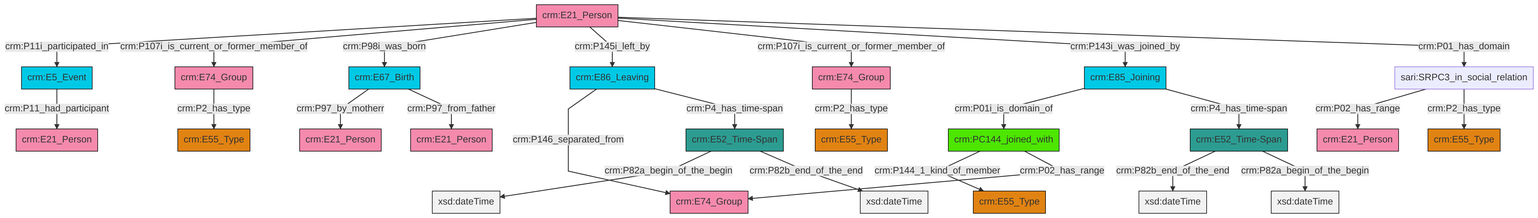
The Mermaid diagram et/personCSV/ttl/mmd/png/Person_Actor_Relations.png in swiss-art-research-net/docs.swissartresearch, before a commit. Its source is kept beside it as et/personCSV/ttl/mmd/Person_Actor_Relations.ttl.mmd.
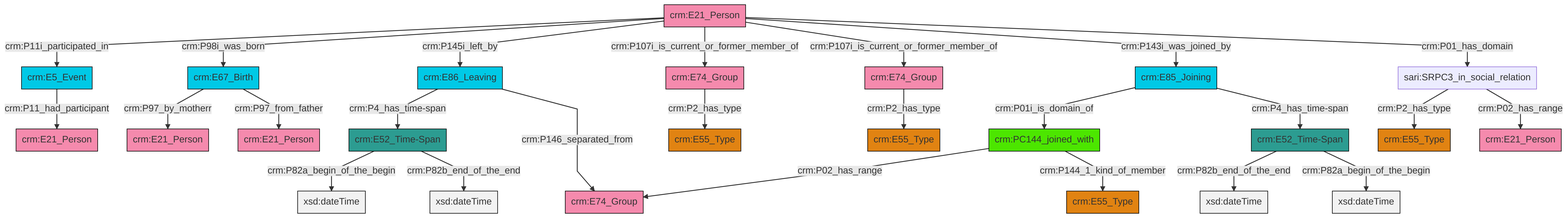
Above is the later version.

Change to the diagram source:
```diff
@@ -13,27 +13,27 @@
 classDef PC_Classes fill:#4ce600, stroke:#000000;
 classDef Multi fill:#cccccc,stroke:#000000;
 
-2["crm:PC144_joined_with"]:::PC_Classes -->|crm:P144_1_kind_of_member| 3["crm:E55_Type"]:::Type
-4["crm:E86_Leaving"]:::Temporal_Entity -->|crm:P146_separated_from| 5["crm:E74_Group"]:::Actor
-10["sari:SRPC3_in_social_relation"]:::Default -->|crm:P02_has_range| 11["crm:E21_Person"]:::Actor
-12["crm:E52_Time-Span"]:::Time-Span -->|crm:P82a_begin_of_the_begin| 13[xsd:dateTime]:::Literal
-17["crm:E67_Birth"]:::Temporal_Entity -->|crm:P97_by_motherr| 8["crm:E21_Person"]:::Actor
-6["crm:E5_Event"]:::Temporal_Entity -->|crm:P11_had_participant| 23["crm:E21_Person"]:::Actor
-21["crm:E21_Person"]:::Actor -->|crm:P11i_participated_in| 6["crm:E5_Event"]:::Temporal_Entity
-2["crm:PC144_joined_with"]:::PC_Classes -->|crm:P02_has_range| 5["crm:E74_Group"]:::Actor
-14["crm:E52_Time-Span"]:::Time-Span -->|crm:P82b_end_of_the_end| 25[xsd:dateTime]:::Literal
-4["crm:E86_Leaving"]:::Temporal_Entity -->|crm:P4_has_time-span| 12["crm:E52_Time-Span"]:::Time-Span
-21["crm:E21_Person"]:::Actor -->|crm:P107i_is_current_or_former_member_of| 0["crm:E74_Group"]:::Actor
-21["crm:E21_Person"]:::Actor -->|crm:P98i_was_born| 17["crm:E67_Birth"]:::Temporal_Entity
-26["crm:E85_Joining"]:::Temporal_Entity -->|crm:P01i_is_domain_of| 2["crm:PC144_joined_with"]:::PC_Classes
-17["crm:E67_Birth"]:::Temporal_Entity -->|crm:P97_from_father| 30["crm:E21_Person"]:::Actor
-12["crm:E52_Time-Span"]:::Time-Span -->|crm:P82b_end_of_the_end| 35[xsd:dateTime]:::Literal
-14["crm:E52_Time-Span"]:::Time-Span -->|crm:P82a_begin_of_the_begin| 36[xsd:dateTime]:::Literal
-21["crm:E21_Person"]:::Actor -->|crm:P145i_left_by| 4["crm:E86_Leaving"]:::Temporal_Entity
-10["sari:SRPC3_in_social_relation"]:::Default -->|crm:P2_has_type| 40["crm:E55_Type"]:::Type
-21["crm:E21_Person"]:::Actor -->|crm:P107i_is_current_or_former_member_of| 41["crm:E74_Group"]:::Actor
-21["crm:E21_Person"]:::Actor -->|crm:P143i_was_joined_by| 26["crm:E85_Joining"]:::Temporal_Entity
-21["crm:E21_Person"]:::Actor -->|crm:P01_has_domain| 10["sari:SRPC3_in_social_relation"]:::Default
-41["crm:E74_Group"]:::Actor -->|crm:P2_has_type| 19["crm:E55_Type"]:::Type
-0["crm:E74_Group"]:::Actor -->|crm:P2_has_type| 28["crm:E55_Type"]:::Type
-26["crm:E85_Joining"]:::Temporal_Entity -->|crm:P4_has_time-span| 14["crm:E52_Time-Span"]:::Time-Span
+0["crm:E86_Leaving"]:::Temporal_Entity -->|crm:P4_has_time-span| 1["crm:E52_Time-Span"]:::Time-Span
+2["crm:E21_Person"]:::Actor -->|crm:P11i_participated_in| 3["crm:E5_Event"]:::Temporal_Entity
+0["crm:E86_Leaving"]:::Temporal_Entity -->|crm:P146_separated_from| 4["crm:E74_Group"]:::Actor
+2["crm:E21_Person"]:::Actor -->|crm:P98i_was_born| 15["crm:E67_Birth"]:::Temporal_Entity
+2["crm:E21_Person"]:::Actor -->|crm:P145i_left_by| 0["crm:E86_Leaving"]:::Temporal_Entity
+2["crm:E21_Person"]:::Actor -->|crm:P107i_is_current_or_former_member_of| 9["crm:E74_Group"]:::Actor
+20["crm:PC144_joined_with"]:::PC_Classes -->|crm:P02_has_range| 4["crm:E74_Group"]:::Actor
+9["crm:E74_Group"]:::Actor -->|crm:P2_has_type| 21["crm:E55_Type"]:::Type
+3["crm:E5_Event"]:::Temporal_Entity -->|crm:P11_had_participant| 18["crm:E21_Person"]:::Actor
+2["crm:E21_Person"]:::Actor -->|crm:P107i_is_current_or_former_member_of| 16["crm:E74_Group"]:::Actor
+2["crm:E21_Person"]:::Actor -->|crm:P143i_was_joined_by| 13["crm:E85_Joining"]:::Temporal_Entity
+23["crm:E52_Time-Span"]:::Time-Span -->|crm:P82b_end_of_the_end| 24[xsd:dateTime]:::Literal
+15["crm:E67_Birth"]:::Temporal_Entity -->|crm:P97_by_motherr| 27["crm:E21_Person"]:::Actor
+13["crm:E85_Joining"]:::Temporal_Entity -->|crm:P01i_is_domain_of| 20["crm:PC144_joined_with"]:::PC_Classes
+2["crm:E21_Person"]:::Actor -->|crm:P01_has_domain| 28["sari:SRPC3_in_social_relation"]:::Default
+1["crm:E52_Time-Span"]:::Time-Span -->|crm:P82a_begin_of_the_begin| 29[xsd:dateTime]:::Literal
+15["crm:E67_Birth"]:::Temporal_Entity -->|crm:P97_from_father| 31["crm:E21_Person"]:::Actor
+28["sari:SRPC3_in_social_relation"]:::Default -->|crm:P2_has_type| 33["crm:E55_Type"]:::Type
+16["crm:E74_Group"]:::Actor -->|crm:P2_has_type| 5["crm:E55_Type"]:::Type
+20["crm:PC144_joined_with"]:::PC_Classes -->|crm:P144_1_kind_of_member| 36["crm:E55_Type"]:::Type
+1["crm:E52_Time-Span"]:::Time-Span -->|crm:P82b_end_of_the_end| 38[xsd:dateTime]:::Literal
+13["crm:E85_Joining"]:::Temporal_Entity -->|crm:P4_has_time-span| 23["crm:E52_Time-Span"]:::Time-Span
+23["crm:E52_Time-Span"]:::Time-Span -->|crm:P82a_begin_of_the_begin| 43[xsd:dateTime]:::Literal
+28["sari:SRPC3_in_social_relation"]:::Default -->|crm:P02_has_range| 7["crm:E21_Person"]:::Actor
```
